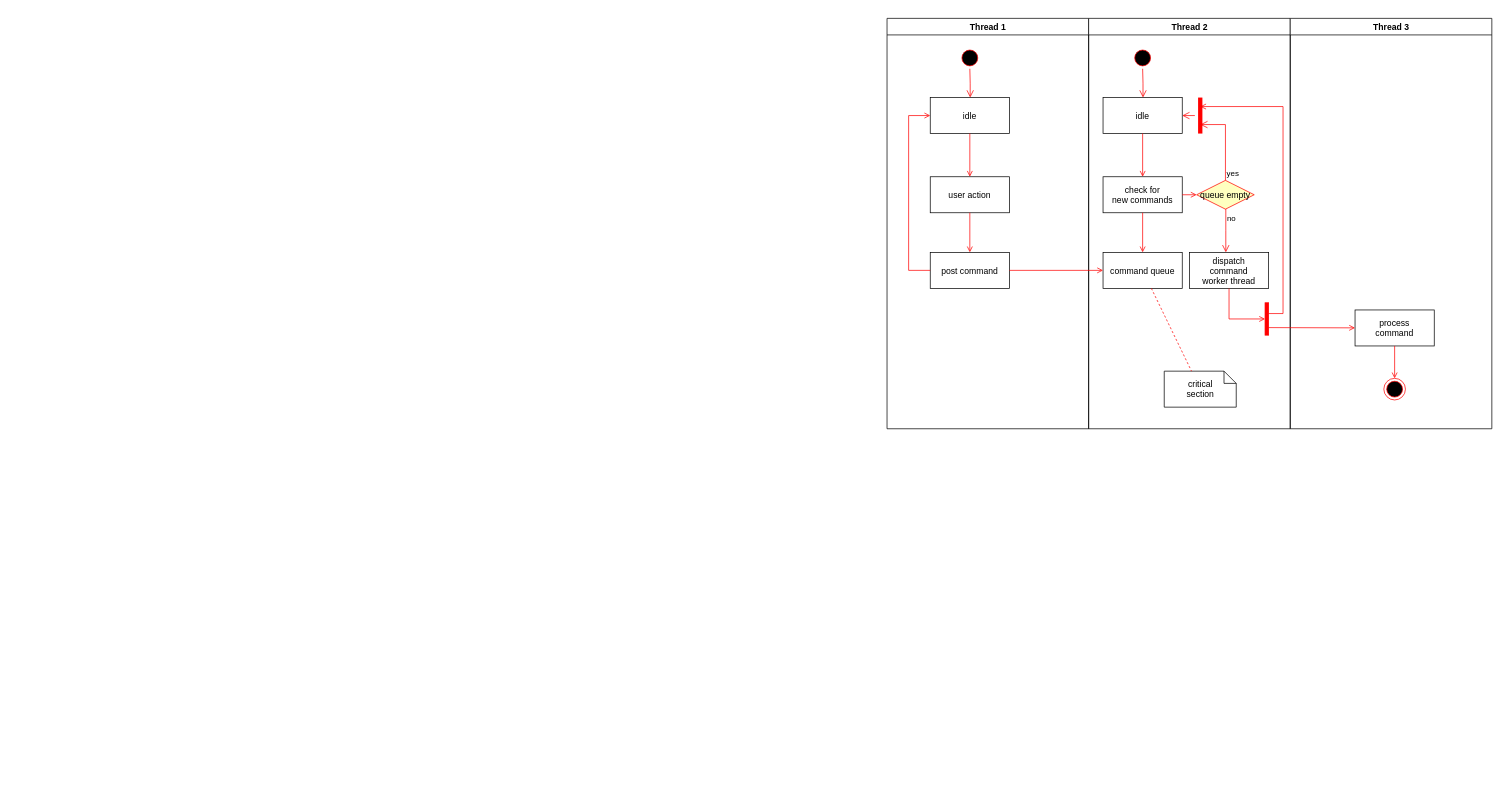
Above: Untitled Diagram.drawio in Gerts-official/Mesto-OOP (draw.io), before the change. Source tidied: cells renumbered, new cells numbered last; positions are measured from the earlier drawing's top-left corner, leaving out a move shared by most shapes. Both pictures are drawn from the tidied source at 72%, with x=0, y=0 at pixel (886, 18).
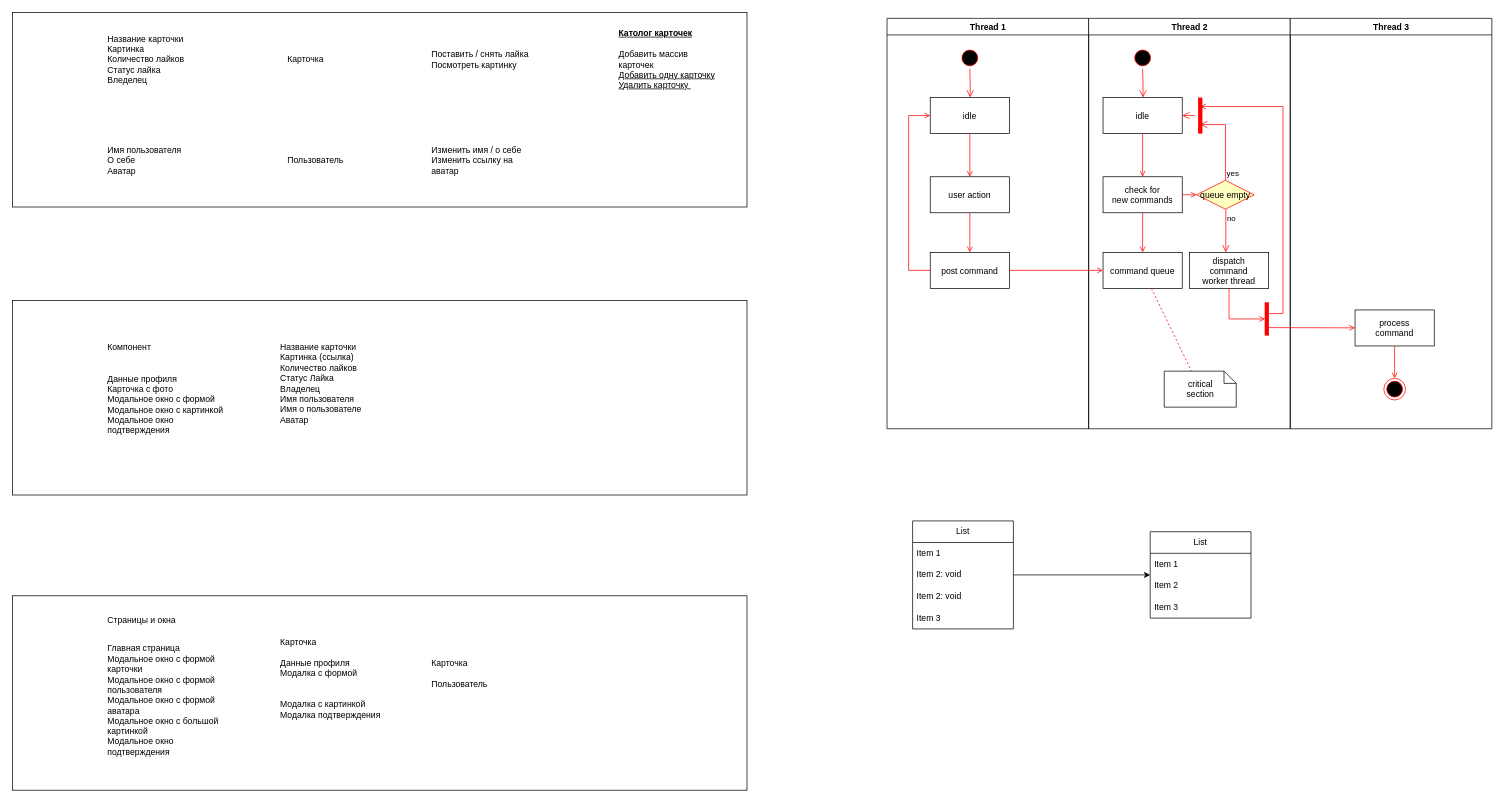
The same diagram, later.

The edit, as a diff of the source:
```diff
@@
+    <mxCell id="37" style="rounded=0;whiteSpace=wrap;html=1;shadow=0;" parent="1" vertex="1">
+      <mxGeometry x="-1214" y="-8" width="1020" height="270" as="geometry" />
+    </mxCell>
@@
+    <mxCell id="38" value="List" style="swimlane;fontStyle=0;horizontal=1;startSize=30;whiteSpace=wrap;html=1;" parent="1" vertex="1">
+      <mxGeometry x="36" y="698" width="140" height="150" as="geometry" />
+    </mxCell>
+    <mxCell id="39" value="Item 1" style="text;strokeColor=none;fillColor=none;align=left;verticalAlign=middle;spacingLeft=4;spacingRight=4;overflow=hidden;whiteSpace=wrap;html=1;" parent="38" vertex="1">
+      <mxGeometry y="30" width="140" height="30" as="geometry" />
+    </mxCell>
+    <mxCell id="40" value="Item 2: void&amp;nbsp;" style="text;strokeColor=none;fillColor=none;align=left;verticalAlign=middle;spacingLeft=4;spacingRight=4;overflow=hidden;points=[[0,0.5],[1,0.5]];portConstraint=eastwest;whiteSpace=wrap;html=1;" parent="38" vertex="1">
+      <mxGeometry y="60" width="140" height="30" as="geometry" />
+    </mxCell>
+    <mxCell id="41" value="Item 2: void&amp;nbsp;" style="text;strokeColor=none;fillColor=none;align=left;verticalAlign=middle;spacingLeft=4;spacingRight=4;overflow=hidden;whiteSpace=wrap;html=1;" parent="38" vertex="1">
+      <mxGeometry y="90" width="140" height="30" as="geometry" />
+    </mxCell>
+    <mxCell id="42" value="Item 3" style="text;strokeColor=none;fillColor=none;align=left;verticalAlign=middle;spacingLeft=4;spacingRight=4;overflow=hidden;whiteSpace=wrap;html=1;" parent="38" vertex="1">
+      <mxGeometry y="120" width="140" height="30" as="geometry" />
+    </mxCell>
+    <mxCell id="43" value="List" style="swimlane;fontStyle=0;horizontal=1;startSize=30;whiteSpace=wrap;html=1;" parent="1" vertex="1">
+      <mxGeometry x="366" y="713" width="140" height="120" as="geometry" />
+    </mxCell>
+    <mxCell id="44" value="Item 1" style="text;strokeColor=none;fillColor=none;align=left;verticalAlign=middle;spacingLeft=4;spacingRight=4;overflow=hidden;whiteSpace=wrap;html=1;" parent="43" vertex="1">
+      <mxGeometry y="30" width="140" height="30" as="geometry" />
+    </mxCell>
+    <mxCell id="45" value="Item 2" style="text;strokeColor=none;fillColor=none;align=left;verticalAlign=middle;spacingLeft=4;spacingRight=4;overflow=hidden;whiteSpace=wrap;html=1;" parent="43" vertex="1">
+      <mxGeometry y="60" width="140" height="30" as="geometry" />
+    </mxCell>
+    <mxCell id="46" value="Item 3" style="text;strokeColor=none;fillColor=none;align=left;verticalAlign=middle;spacingLeft=4;spacingRight=4;overflow=hidden;whiteSpace=wrap;html=1;" parent="43" vertex="1">
+      <mxGeometry y="90" width="140" height="30" as="geometry" />
+    </mxCell>
+    <mxCell id="47" style="edgeStyle=orthogonalEdgeStyle;rounded=0;jettySize=auto;html=1;" parent="1" edge="1" source="40" target="43">
+      <mxGeometry relative="1" as="geometry" />
+    </mxCell>
+    <mxCell id="48" value="Название карточки&amp;nbsp;&lt;div&gt;Картинка&amp;nbsp;&lt;/div&gt;&lt;div&gt;Количество лайков&lt;/div&gt;&lt;div&gt;Статус лайка&amp;nbsp;&lt;/div&gt;&lt;div&gt;Вледелец&lt;/div&gt;" style="text;html=1;align=left;verticalAlign=middle;whiteSpace=wrap;rounded=0;" parent="1" vertex="1">
+      <mxGeometry x="-1084" y="42" width="150" height="30" as="geometry" />
+    </mxCell>
+    <mxCell id="49" value="Имя пользователя&amp;nbsp;&lt;div&gt;О себе&amp;nbsp;&lt;/div&gt;&lt;div&gt;Аватар&lt;/div&gt;" style="text;html=1;align=left;verticalAlign=middle;whiteSpace=wrap;rounded=0;" parent="1" vertex="1">
+      <mxGeometry x="-1084" y="182" width="150" height="30" as="geometry" />
+    </mxCell>
+    <mxCell id="50" value="Карточка" style="text;html=1;align=left;verticalAlign=middle;whiteSpace=wrap;rounded=0;" parent="1" vertex="1">
+      <mxGeometry x="-834" y="42" width="150" height="30" as="geometry" />
+    </mxCell>
+    <mxCell id="51" value="Пользователь" style="text;html=1;align=left;verticalAlign=middle;whiteSpace=wrap;rounded=0;" parent="1" vertex="1">
+      <mxGeometry x="-834" y="182" width="150" height="30" as="geometry" />
+    </mxCell>
+    <mxCell id="52" value="Поставить / снять лайка&lt;div&gt;Посмотреть картинку&lt;/div&gt;" style="text;html=1;align=left;verticalAlign=middle;whiteSpace=wrap;rounded=0;" parent="1" vertex="1">
+      <mxGeometry x="-634" y="42" width="150" height="30" as="geometry" />
+    </mxCell>
+    <mxCell id="53" value="Изменить имя / о себе&lt;div&gt;Изменить ссылку на аватар&lt;/div&gt;" style="text;html=1;align=left;verticalAlign=middle;whiteSpace=wrap;rounded=0;" parent="1" vertex="1">
+      <mxGeometry x="-634" y="182" width="150" height="30" as="geometry" />
+    </mxCell>
+    <mxCell id="54" value="&lt;u&gt;&lt;b&gt;Католог карточек&lt;/b&gt;&lt;/u&gt;&lt;div&gt;&lt;br&gt;&lt;/div&gt;&lt;div&gt;Добавить массив карточек&lt;/div&gt;&lt;div&gt;&lt;u&gt;Добавить одну карточку&lt;/u&gt;&lt;/div&gt;&lt;div&gt;&lt;u&gt;Удалить карточку&amp;nbsp;&lt;/u&gt;&lt;/div&gt;" style="text;html=1;align=left;verticalAlign=middle;whiteSpace=wrap;rounded=0;" parent="1" vertex="1">
+      <mxGeometry x="-374" y="42" width="150" height="30" as="geometry" />
+    </mxCell>
+    <mxCell id="55" style="rounded=0;whiteSpace=wrap;html=1;shadow=0;" parent="1" vertex="1">
+      <mxGeometry x="-1214" y="392" width="1020" height="270" as="geometry" />
+    </mxCell>
+    <mxCell id="56" value="Компонент" style="text;html=1;align=left;verticalAlign=middle;whiteSpace=wrap;rounded=0;" parent="1" vertex="1">
+      <mxGeometry x="-1084" y="442" width="150" height="30" as="geometry" />
+    </mxCell>
+    <mxCell id="57" value="Данные профиля&lt;div&gt;Карточка с фото&lt;/div&gt;&lt;div&gt;Модальное окно с формой&amp;nbsp;&lt;/div&gt;&lt;div&gt;Модальное окно с картинкой&amp;nbsp;&lt;/div&gt;&lt;div&gt;Модальное окно подтверждения&amp;nbsp;&lt;/div&gt;" style="text;html=1;align=left;verticalAlign=middle;whiteSpace=wrap;rounded=0;" parent="1" vertex="1">
+      <mxGeometry x="-1084" y="522" width="180" height="30" as="geometry" />
+    </mxCell>
+    <mxCell id="58" value="Название карточки&lt;div&gt;Картинка (ссылка)&lt;/div&gt;&lt;div&gt;Количество лайков&amp;nbsp;&lt;/div&gt;&lt;div&gt;Статус Лайка&amp;nbsp;&lt;/div&gt;&lt;div&gt;Владелец&lt;/div&gt;&lt;div&gt;Имя пользователя&amp;nbsp;&lt;/div&gt;&lt;div&gt;Имя о пользователе&amp;nbsp;&lt;/div&gt;&lt;div&gt;Аватар&lt;/div&gt;" style="text;html=1;align=left;verticalAlign=middle;whiteSpace=wrap;rounded=0;" parent="1" vertex="1">
+      <mxGeometry x="-844" y="492" width="150" height="30" as="geometry" />
+    </mxCell>
+    <mxCell id="59" style="rounded=0;whiteSpace=wrap;html=1;shadow=0;" parent="1" vertex="1">
+      <mxGeometry x="-1214" y="802" width="1020" height="270" as="geometry" />
+    </mxCell>
+    <mxCell id="60" value="Страницы и окна" style="text;html=1;align=left;verticalAlign=middle;whiteSpace=wrap;rounded=0;" parent="1" vertex="1">
+      <mxGeometry x="-1084" y="821" width="150" height="30" as="geometry" />
+    </mxCell>
+    <mxCell id="61" value="Главная страница&lt;div&gt;Модальное окно с формой карточки&amp;nbsp;&lt;/div&gt;&lt;div&gt;Модальное окно с формой пользователя&amp;nbsp;&lt;/div&gt;&lt;div&gt;Модальное окно с формой аватара&lt;/div&gt;&lt;div&gt;Модальное окно с большой картинкой&amp;nbsp;&lt;/div&gt;&lt;div&gt;Модальное окно подтверждения&amp;nbsp;&lt;/div&gt;" style="text;html=1;align=left;verticalAlign=middle;whiteSpace=wrap;rounded=0;" parent="1" vertex="1">
+      <mxGeometry x="-1084" y="932" width="180" height="30" as="geometry" />
+    </mxCell>
+    <mxCell id="62" value="Карточка&amp;nbsp;&lt;div&gt;&lt;br&gt;&lt;div&gt;Данные профиля&amp;nbsp;&lt;/div&gt;&lt;div&gt;Модалка с формой&amp;nbsp;&lt;/div&gt;&lt;div&gt;&lt;br&gt;&lt;/div&gt;&lt;div&gt;&lt;br&gt;&lt;/div&gt;&lt;div&gt;Модалка с картинкой&amp;nbsp;&lt;/div&gt;&lt;div&gt;Модалка подтверждения&lt;/div&gt;&lt;/div&gt;" style="text;html=1;align=left;verticalAlign=middle;whiteSpace=wrap;rounded=0;" parent="1" vertex="1">
+      <mxGeometry x="-844" y="902" width="150" height="30" as="geometry" />
+    </mxCell>
+    <mxCell id="63" value="Карточка&amp;nbsp;&lt;div&gt;&lt;br&gt;&lt;div&gt;Пользователь&lt;/div&gt;&lt;div&gt;&lt;br&gt;&lt;/div&gt;&lt;/div&gt;" style="text;html=1;align=left;verticalAlign=middle;whiteSpace=wrap;rounded=0;" parent="1" vertex="1">
+      <mxGeometry x="-634" y="902" width="150" height="30" as="geometry" />
+    </mxCell>
```
